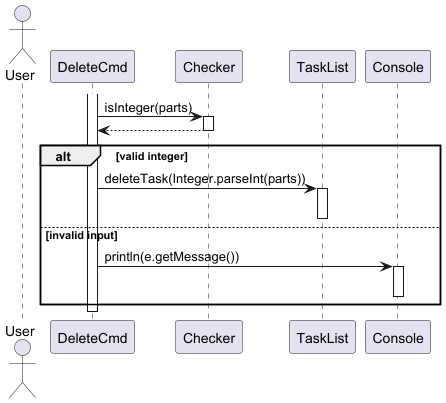
wongyihao02/tp keeps this PlantUML diagram as docs/diagrams/tasklistcommands/DeleteTaskCommandSequenceDiagram.png. Above is the earlier version.
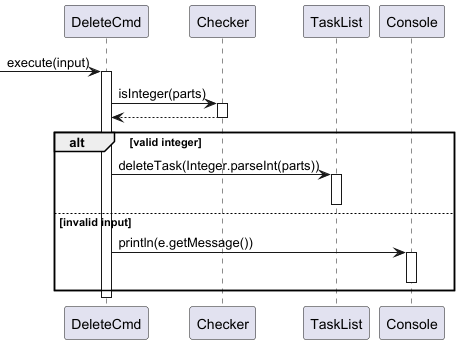
Later version of the same file.

The edit, as a diff of the source:
```diff
@@ -1,6 +1,6 @@
 @startuml
 
-actor User
+-> DeleteCmd : execute(input)
 activate DeleteCmd
 
 DeleteCmd -> Checker : isInteger(parts)
@@ -17,6 +17,5 @@
     activate Console
     deactivate Console
 end
-
 deactivate DeleteCmd
 @enduml
```
